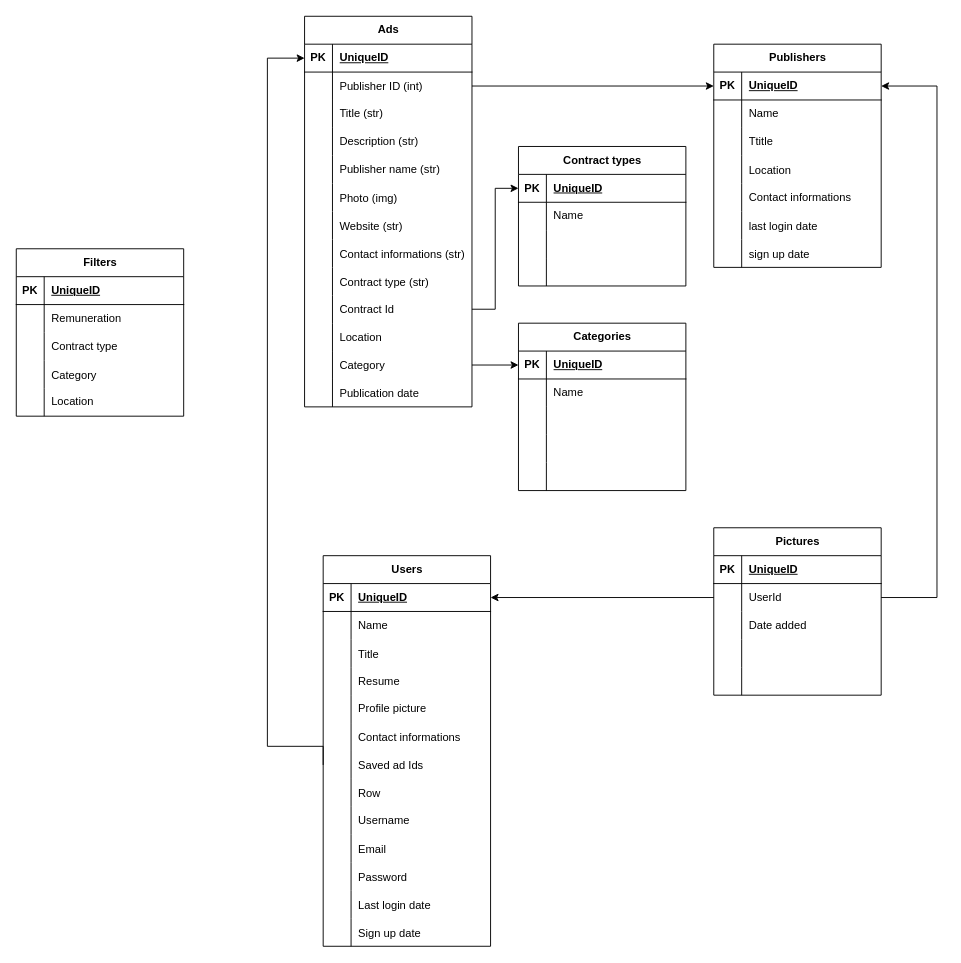
Earlier version of the draw.io diagram Brainstorm/UML.drawio (rhtrplx/JobBoard). Source tidied: cells renumbered, new cells numbered last; positions are measured from the earlier drawing's top-left corner, leaving out a move shared by most shapes. Both pictures are drawn from the tidied source at 93%, with x=0, y=0 at pixel (16, 16).
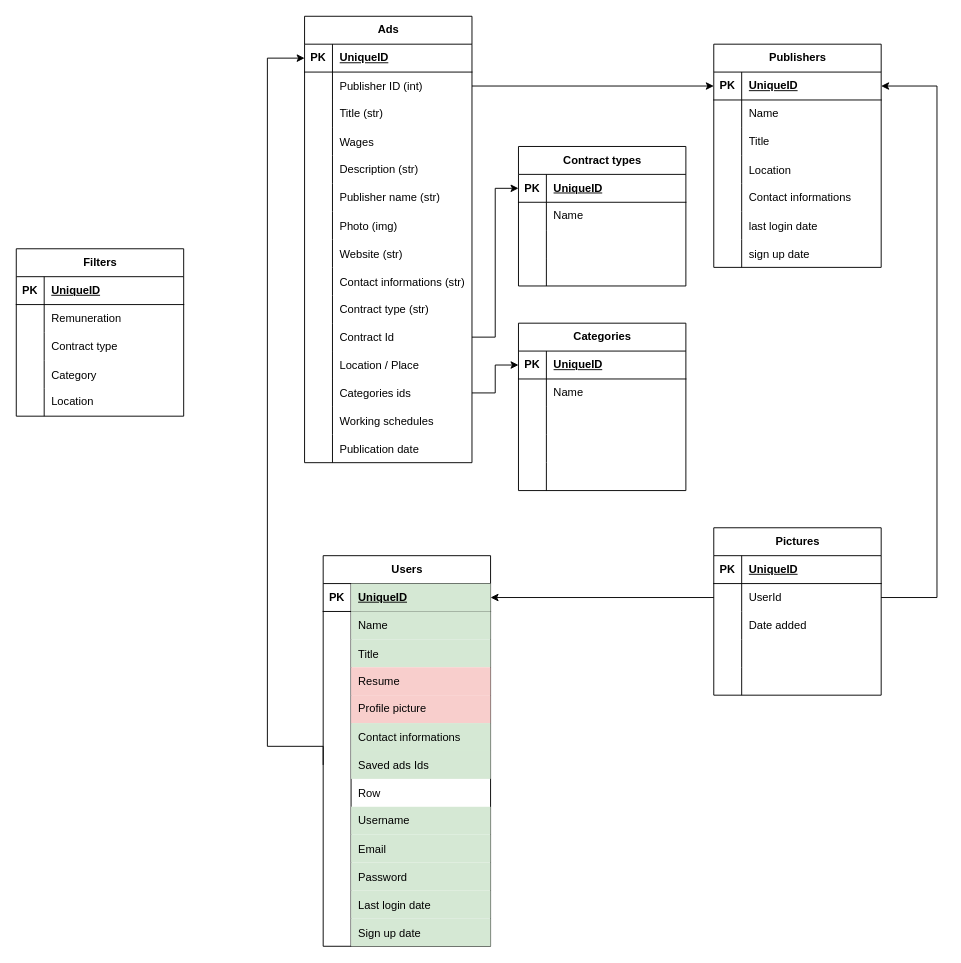
Above is the later version.

The change refers to these unchanged cells:
```xml
<mxCell id="43" style="shape=tableRow;horizontal=0;startSize=0;swimlaneHead=0;swimlaneBody=0;fillColor=none;points=[[0,0.5],[1,0.5]];portConstraint=eastwest;top=0;left=0;right=0;bottom=1;" parent="42" vertex="1">
  <mxGeometry y="30" width="180" height="30" as="geometry" />
</mxCell>
<mxCell id="46" style="shape=tableRow;horizontal=0;startSize=0;swimlaneHead=0;swimlaneBody=0;fillColor=none;top=0;left=0;right=0;bottom=0;" parent="42" vertex="1">
  <mxGeometry y="60" width="180" height="30" as="geometry" />
</mxCell>
<mxCell id="49" style="shape=tableRow;horizontal=0;startSize=0;swimlaneHead=0;swimlaneBody=0;fillColor=none;top=0;left=0;right=0;bottom=0;" parent="42" vertex="1">
  <mxGeometry y="90" width="180" height="30" as="geometry" />
</mxCell>
<mxCell id="52" style="shape=tableRow;horizontal=0;startSize=0;swimlaneHead=0;swimlaneBody=0;fillColor=none;top=0;left=0;right=0;bottom=0;" parent="42" vertex="1">
  <mxGeometry y="120" width="180" height="30" as="geometry" />
</mxCell>
<mxCell id="55" style="shape=tableRow;horizontal=0;startSize=0;swimlaneHead=0;swimlaneBody=0;fillColor=none;top=0;left=0;right=0;bottom=0;" parent="42" vertex="1">
  <mxGeometry y="150" width="180" height="30" as="geometry" />
</mxCell>
<mxCell id="58" style="shape=tableRow;horizontal=0;startSize=0;swimlaneHead=0;swimlaneBody=0;fillColor=none;top=0;left=0;right=0;bottom=0;" parent="42" vertex="1">
  <mxGeometry y="180" width="180" height="30" as="geometry" />
</mxCell>
<mxCell id="61" style="shape=tableRow;horizontal=0;startSize=0;swimlaneHead=0;swimlaneBody=0;fillColor=none;points=[[0,0.5],[1,0.5]];portConstraint=eastwest;top=0;left=0;right=0;bottom=0;" parent="42" vertex="1">
  <mxGeometry y="210" width="180" height="30" as="geometry" />
</mxCell>
<mxCell id="67" style="shape=tableRow;horizontal=0;startSize=0;swimlaneHead=0;swimlaneBody=0;fillColor=none;top=0;left=0;right=0;bottom=0;" parent="42" vertex="1">
  <mxGeometry y="270" width="180" height="30" as="geometry" />
</mxCell>
<mxCell id="70" style="shape=tableRow;horizontal=0;startSize=0;swimlaneHead=0;swimlaneBody=0;fillColor=none;top=0;left=0;right=0;bottom=0;" parent="42" vertex="1">
  <mxGeometry y="300" width="180" height="30" as="geometry" />
</mxCell>
<mxCell id="73" style="shape=tableRow;horizontal=0;startSize=0;swimlaneHead=0;swimlaneBody=0;fillColor=none;top=0;left=0;right=0;bottom=0;" parent="42" vertex="1">
  <mxGeometry y="330" width="180" height="30" as="geometry" />
</mxCell>
<mxCell id="76" style="shape=tableRow;horizontal=0;startSize=0;swimlaneHead=0;swimlaneBody=0;fillColor=none;top=0;left=0;right=0;bottom=0;" parent="42" vertex="1">
  <mxGeometry y="360" width="180" height="30" as="geometry" />
</mxCell>
<mxCell id="79" style="shape=tableRow;horizontal=0;startSize=0;swimlaneHead=0;swimlaneBody=0;fillColor=none;top=0;left=0;right=0;bottom=0;" parent="42" vertex="1">
  <mxGeometry y="390" width="180" height="30" as="geometry" />
</mxCell>
<mxCell id="89" style="shape=tableRow;horizontal=0;startSize=0;swimlaneHead=0;swimlaneBody=0;fillColor=none;top=0;left=0;right=0;bottom=0;" parent="82" vertex="1">
  <mxGeometry y="90" width="180" height="30" as="geometry" />
</mxCell>
```

The edit, as a diff of the source:
```diff
@@
     <mxCell id="2" value="Ads" style="shape=table;startSize=30;childLayout=tableLayout;rowLines=0;fontStyle=1;align=center;html=1;" parent="1" vertex="1">
-      <mxGeometry x="310" width="180" height="420" as="geometry" />
+      <mxGeometry x="310" width="180" height="480" as="geometry" />
     </mxCell>
@@
+    <mxCell id="171" style="shape=tableRow;horizontal=0;startSize=0;swimlaneHead=0;swimlaneBody=0;fillColor=none;top=0;left=0;right=0;bottom=0;" parent="2" vertex="1">
+      <mxGeometry y="120" width="180" height="30" as="geometry" />
+    </mxCell>
+    <mxCell id="172" style="shape=partialRectangle;fillColor=none;top=0;left=0;bottom=0;right=0;overflow=hidden;" parent="171" vertex="1">
+      <mxGeometry width="30" height="30" as="geometry" />
+    </mxCell>
+    <mxCell id="173" value="Wages" style="shape=partialRectangle;fillColor=none;top=0;left=0;bottom=0;right=0;align=left;spacingLeft=6;overflow=hidden;" parent="171" vertex="1">
+      <mxGeometry x="30" width="150" height="30" as="geometry" />
+    </mxCell>
     <mxCell id="12" style="shape=tableRow;horizontal=0;startSize=0;swimlaneHead=0;swimlaneBody=0;fillColor=none;top=0;left=0;right=0;bottom=0;" parent="2" vertex="1">
-      <mxGeometry y="120" width="180" height="30" as="geometry" />
+      <mxGeometry y="150" width="180" height="30" as="geometry" />
     </mxCell>
@@
     <mxCell id="15" style="shape=tableRow;horizontal=0;startSize=0;swimlaneHead=0;swimlaneBody=0;fillColor=none;top=0;left=0;right=0;bottom=0;" parent="2" vertex="1">
-      <mxGeometry y="150" width="180" height="30" as="geometry" />
+      <mxGeometry y="180" width="180" height="30" as="geometry" />
     </mxCell>
@@
     <mxCell id="18" style="shape=tableRow;horizontal=0;startSize=0;swimlaneHead=0;swimlaneBody=0;fillColor=none;top=0;left=0;right=0;bottom=0;" parent="2" vertex="1">
-      <mxGeometry y="180" width="180" height="30" as="geometry" />
+      <mxGeometry y="210" width="180" height="30" as="geometry" />
     </mxCell>
@@
     <mxCell id="21" style="shape=tableRow;horizontal=0;startSize=0;swimlaneHead=0;swimlaneBody=0;fillColor=none;top=0;left=0;right=0;bottom=0;" parent="2" vertex="1">
-      <mxGeometry y="210" width="180" height="30" as="geometry" />
+      <mxGeometry y="240" width="180" height="30" as="geometry" />
     </mxCell>
@@
     <mxCell id="24" style="shape=tableRow;horizontal=0;startSize=0;swimlaneHead=0;swimlaneBody=0;fillColor=none;top=0;left=0;right=0;bottom=0;" parent="2" vertex="1">
-      <mxGeometry y="240" width="180" height="30" as="geometry" />
+      <mxGeometry y="270" width="180" height="30" as="geometry" />
     </mxCell>
@@
     <mxCell id="27" style="shape=tableRow;horizontal=0;startSize=0;swimlaneHead=0;swimlaneBody=0;fillColor=none;top=0;left=0;right=0;bottom=0;" parent="2" vertex="1">
-      <mxGeometry y="270" width="180" height="30" as="geometry" />
+      <mxGeometry y="300" width="180" height="30" as="geometry" />
     </mxCell>
@@
     <mxCell id="30" style="shape=tableRow;horizontal=0;startSize=0;swimlaneHead=0;swimlaneBody=0;fillColor=none;points=[[0,0.5],[1,0.5]];portConstraint=eastwest;top=0;left=0;right=0;bottom=0;" parent="2" vertex="1">
-      <mxGeometry y="300" width="180" height="30" as="geometry" />
+      <mxGeometry y="330" width="180" height="30" as="geometry" />
     </mxCell>
@@
     <mxCell id="33" style="shape=tableRow;horizontal=0;startSize=0;swimlaneHead=0;swimlaneBody=0;fillColor=none;top=0;left=0;right=0;bottom=0;" parent="2" vertex="1">
-      <mxGeometry y="330" width="180" height="30" as="geometry" />
+      <mxGeometry y="360" width="180" height="30" as="geometry" />
     </mxCell>
@@
-    <mxCell id="35" value="Location" style="shape=partialRectangle;fillColor=none;top=0;left=0;bottom=0;right=0;align=left;spacingLeft=6;overflow=hidden;" parent="33" vertex="1">
+    <mxCell id="35" value="Location / Place" style="shape=partialRectangle;fillColor=none;top=0;left=0;bottom=0;right=0;align=left;spacingLeft=6;overflow=hidden;" parent="33" vertex="1">
       <mxGeometry x="30" width="150" height="30" as="geometry" />
     </mxCell>
     <mxCell id="36" style="shape=tableRow;horizontal=0;startSize=0;swimlaneHead=0;swimlaneBody=0;fillColor=none;points=[[0,0.5],[1,0.5]];portConstraint=eastwest;top=0;left=0;right=0;bottom=0;" parent="2" vertex="1">
-      <mxGeometry y="360" width="180" height="30" as="geometry" />
+      <mxGeometry y="390" width="180" height="30" as="geometry" />
     </mxCell>
@@
-    <mxCell id="38" value="Category" style="shape=partialRectangle;fillColor=none;top=0;left=0;bottom=0;right=0;align=left;spacingLeft=6;overflow=hidden;" parent="36" vertex="1">
+    <mxCell id="38" value="Categories ids" style="shape=partialRectangle;fillColor=none;top=0;left=0;bottom=0;right=0;align=left;spacingLeft=6;overflow=hidden;" parent="36" vertex="1">
       <mxGeometry x="30" width="150" height="30" as="geometry" />
     </mxCell>
+    <mxCell id="174" style="shape=tableRow;horizontal=0;startSize=0;swimlaneHead=0;swimlaneBody=0;fillColor=none;top=0;left=0;right=0;bottom=0;" parent="2" vertex="1">
+      <mxGeometry y="420" width="180" height="30" as="geometry" />
+    </mxCell>
+    <mxCell id="175" style="shape=partialRectangle;fillColor=none;top=0;left=0;bottom=0;right=0;overflow=hidden;" parent="174" vertex="1">
+      <mxGeometry width="30" height="30" as="geometry" />
+    </mxCell>
+    <mxCell id="176" value="Working schedules" style="shape=partialRectangle;fillColor=none;top=0;left=0;bottom=0;right=0;align=left;spacingLeft=6;overflow=hidden;" parent="174" vertex="1">
+      <mxGeometry x="30" width="150" height="30" as="geometry" />
+    </mxCell>
     <mxCell id="39" style="shape=tableRow;horizontal=0;startSize=0;swimlaneHead=0;swimlaneBody=0;fillColor=none;top=0;left=0;right=0;bottom=0;" parent="2" vertex="1">
-      <mxGeometry y="390" width="180" height="30" as="geometry" />
+      <mxGeometry y="450" width="180" height="30" as="geometry" />
     </mxCell>
@@
-    <mxCell id="45" value="UniqueID" style="shape=partialRectangle;fillColor=none;top=0;left=0;bottom=0;right=0;align=left;spacingLeft=6;fontStyle=5;overflow=hidden;whiteSpace=wrap;html=1;" parent="43" vertex="1">
+    <mxCell id="45" value="UniqueID" style="shape=partialRectangle;fillColor=#d5e8d4;top=0;left=0;bottom=0;right=0;align=left;spacingLeft=6;fontStyle=5;overflow=hidden;whiteSpace=wrap;html=1;strokeColor=#82b366;" parent="43" vertex="1">
       <mxGeometry x="30" width="150" height="30" as="geometry" />
     </mxCell>
@@
-    <mxCell id="48" value="Name" style="shape=partialRectangle;fillColor=none;top=0;left=0;bottom=0;right=0;align=left;spacingLeft=6;overflow=hidden;whiteSpace=wrap;html=1;" parent="46" vertex="1">
+    <mxCell id="48" value="Name" style="shape=partialRectangle;fillColor=#d5e8d4;top=0;left=0;bottom=0;right=0;align=left;spacingLeft=6;overflow=hidden;whiteSpace=wrap;html=1;strokeColor=#82b366;" parent="46" vertex="1">
       <mxGeometry x="30" width="150" height="30" as="geometry" />
     </mxCell>
@@
-    <mxCell id="51" value="Title" style="shape=partialRectangle;fillColor=none;top=0;left=0;bottom=0;right=0;align=left;spacingLeft=6;overflow=hidden;" parent="49" vertex="1">
+    <mxCell id="51" value="Title" style="shape=partialRectangle;fillColor=#d5e8d4;top=0;left=0;bottom=0;right=0;align=left;spacingLeft=6;overflow=hidden;strokeColor=#82b366;" parent="49" vertex="1">
       <mxGeometry x="30" width="150" height="30" as="geometry" />
     </mxCell>
@@
-    <mxCell id="54" value="Resume" style="shape=partialRectangle;fillColor=none;top=0;left=0;bottom=0;right=0;align=left;spacingLeft=6;overflow=hidden;" parent="52" vertex="1">
+    <mxCell id="54" value="Resume" style="shape=partialRectangle;fillColor=#f8cecc;top=0;left=0;bottom=0;right=0;align=left;spacingLeft=6;overflow=hidden;strokeColor=#b85450;" parent="52" vertex="1">
       <mxGeometry x="30" width="150" height="30" as="geometry" />
     </mxCell>
@@
-    <mxCell id="57" value="Profile picture" style="shape=partialRectangle;fillColor=none;top=0;left=0;bottom=0;right=0;align=left;spacingLeft=6;overflow=hidden;whiteSpace=wrap;html=1;" parent="55" vertex="1">
+    <mxCell id="57" value="Profile picture" style="shape=partialRectangle;fillColor=#f8cecc;top=0;left=0;bottom=0;right=0;align=left;spacingLeft=6;overflow=hidden;whiteSpace=wrap;html=1;strokeColor=#b85450;" parent="55" vertex="1">
       <mxGeometry x="30" width="150" height="30" as="geometry" />
     </mxCell>
@@
-    <mxCell id="60" value="Contact informations" style="shape=partialRectangle;fillColor=none;top=0;left=0;bottom=0;right=0;align=left;spacingLeft=6;overflow=hidden;" parent="58" vertex="1">
+    <mxCell id="60" value="Contact informations" style="shape=partialRectangle;fillColor=#d5e8d4;top=0;left=0;bottom=0;right=0;align=left;spacingLeft=6;overflow=hidden;strokeColor=#82b366;" parent="58" vertex="1">
       <mxGeometry x="30" width="150" height="30" as="geometry" />
     </mxCell>
@@
-    <mxCell id="63" value="Saved ad Ids" style="shape=partialRectangle;fillColor=none;top=0;left=0;bottom=0;right=0;align=left;spacingLeft=6;overflow=hidden;" parent="61" vertex="1">
+    <mxCell id="63" value="Saved ads Ids" style="shape=partialRectangle;fillColor=#d5e8d4;top=0;left=0;bottom=0;right=0;align=left;spacingLeft=6;overflow=hidden;strokeColor=#82b366;" parent="61" vertex="1">
       <mxGeometry x="30" width="150" height="30" as="geometry" />
     </mxCell>
@@
-    <mxCell id="69" value="Username" style="shape=partialRectangle;fillColor=none;top=0;left=0;bottom=0;right=0;align=left;spacingLeft=6;overflow=hidden;whiteSpace=wrap;html=1;" parent="67" vertex="1">
+    <mxCell id="69" value="Username" style="shape=partialRectangle;fillColor=#d5e8d4;top=0;left=0;bottom=0;right=0;align=left;spacingLeft=6;overflow=hidden;whiteSpace=wrap;html=1;strokeColor=#82b366;" parent="67" vertex="1">
       <mxGeometry x="30" width="150" height="30" as="geometry" />
     </mxCell>
@@
-    <mxCell id="72" value="Email" style="shape=partialRectangle;fillColor=none;top=0;left=0;bottom=0;right=0;align=left;spacingLeft=6;overflow=hidden;" parent="70" vertex="1">
+    <mxCell id="72" value="Email" style="shape=partialRectangle;fillColor=#d5e8d4;top=0;left=0;bottom=0;right=0;align=left;spacingLeft=6;overflow=hidden;strokeColor=#82b366;" parent="70" vertex="1">
       <mxGeometry x="30" width="150" height="30" as="geometry" />
     </mxCell>
@@
-    <mxCell id="75" value="Password" style="shape=partialRectangle;fillColor=none;top=0;left=0;bottom=0;right=0;align=left;spacingLeft=6;overflow=hidden;" parent="73" vertex="1">
+    <mxCell id="75" value="Password" style="shape=partialRectangle;fillColor=#d5e8d4;top=0;left=0;bottom=0;right=0;align=left;spacingLeft=6;overflow=hidden;strokeColor=#82b366;" parent="73" vertex="1">
       <mxGeometry x="30" width="150" height="30" as="geometry" />
     </mxCell>
@@
-    <mxCell id="78" value="Last login date" style="shape=partialRectangle;fillColor=none;top=0;left=0;bottom=0;right=0;align=left;spacingLeft=6;overflow=hidden;" parent="76" vertex="1">
+    <mxCell id="78" value="Last login date" style="shape=partialRectangle;fillColor=#d5e8d4;top=0;left=0;bottom=0;right=0;align=left;spacingLeft=6;overflow=hidden;strokeColor=#82b366;" parent="76" vertex="1">
       <mxGeometry x="30" width="150" height="30" as="geometry" />
     </mxCell>
@@
-    <mxCell id="81" value="Sign up date" style="shape=partialRectangle;fillColor=none;top=0;left=0;bottom=0;right=0;align=left;spacingLeft=6;overflow=hidden;" parent="79" vertex="1">
+    <mxCell id="81" value="Sign up date" style="shape=partialRectangle;fillColor=#d5e8d4;top=0;left=0;bottom=0;right=0;align=left;spacingLeft=6;overflow=hidden;strokeColor=#82b366;" parent="79" vertex="1">
       <mxGeometry x="30" width="150" height="30" as="geometry" />
     </mxCell>
@@
-    <mxCell id="91" value="Ttitle" style="shape=partialRectangle;fillColor=none;top=0;left=0;bottom=0;right=0;align=left;spacingLeft=6;overflow=hidden;whiteSpace=wrap;html=1;" parent="89" vertex="1">
+    <mxCell id="91" value="Title" style="shape=partialRectangle;fillColor=none;top=0;left=0;bottom=0;right=0;align=left;spacingLeft=6;overflow=hidden;whiteSpace=wrap;html=1;" parent="89" vertex="1">
       <mxGeometry x="30" width="150" height="30" as="geometry" />
     </mxCell>
```
